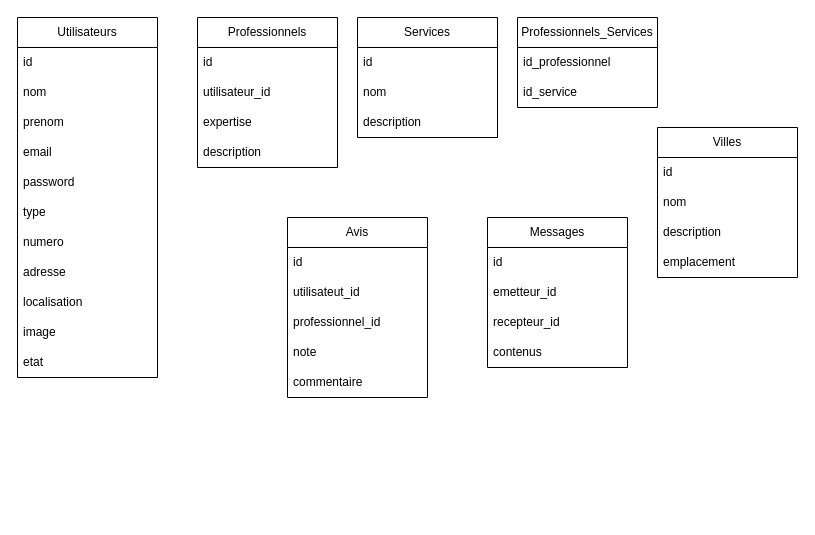
MasirikaConstantin/mas keeps this draw.io diagram as modelisation_trouver.drawio. Above is the earlier version. Source tidied: cells renumbered, new cells numbered last; positions are measured from the earlier drawing's top-left corner, leaving out a move shared by most shapes. Both pictures are drawn from the tidied source at 100%, with x=0, y=0 at pixel (17, 17).
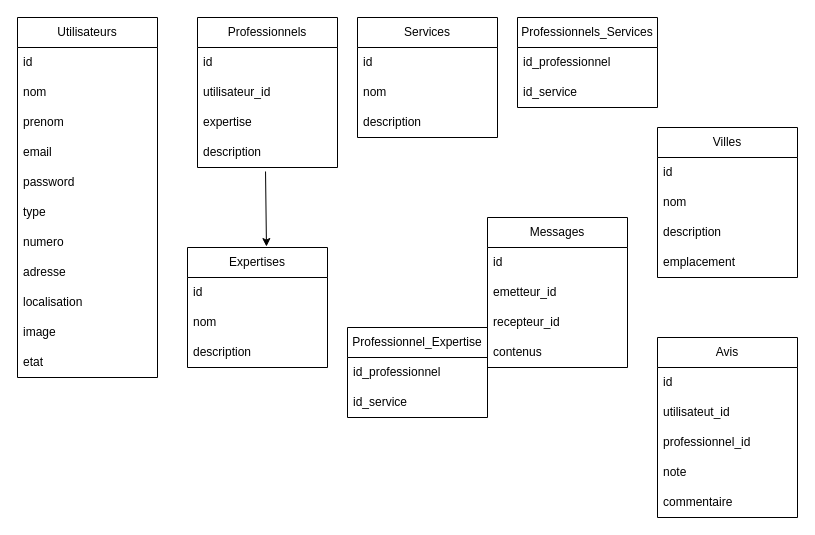
After the change.

Commit message (it also covers changes not shown here):
Mettre à jour modelisation_trouver.drawio

The change refers to these unchanged cells:
```xml
<mxCell id="18" value="description" style="text;strokeColor=none;fillColor=none;align=left;verticalAlign=middle;spacingLeft=4;spacingRight=4;overflow=hidden;points=[[0,0.5],[1,0.5]];portConstraint=eastwest;whiteSpace=wrap;html=1;" parent="14" vertex="1">
  <mxGeometry y="120" width="140" height="30" as="geometry" />
</mxCell>
```

What changed in the source:
```diff
@@
     <mxCell id="26" value="Avis" style="swimlane;fontStyle=0;horizontal=1;startSize=30;whiteSpace=wrap;html=1;" parent="1" vertex="1">
-      <mxGeometry x="270" y="200" width="140" height="180" as="geometry" />
+      <mxGeometry x="640" y="320" width="140" height="180" as="geometry" />
     </mxCell>
@@
+    <mxCell id="42" value="Expertises" style="swimlane;fontStyle=0;horizontal=1;startSize=30;whiteSpace=wrap;html=1;" parent="1" vertex="1">
+      <mxGeometry x="170" y="230" width="140" height="120" as="geometry" />
+    </mxCell>
+    <mxCell id="43" value="id" style="text;strokeColor=none;fillColor=none;align=left;verticalAlign=middle;spacingLeft=4;spacingRight=4;overflow=hidden;whiteSpace=wrap;html=1;" parent="42" vertex="1">
+      <mxGeometry y="30" width="140" height="30" as="geometry" />
+    </mxCell>
+    <mxCell id="44" value="nom" style="text;strokeColor=none;fillColor=none;align=left;verticalAlign=middle;spacingLeft=4;spacingRight=4;overflow=hidden;whiteSpace=wrap;html=1;" parent="42" vertex="1">
+      <mxGeometry y="60" width="140" height="30" as="geometry" />
+    </mxCell>
+    <mxCell id="45" value="description" style="text;strokeColor=none;fillColor=none;align=left;verticalAlign=middle;spacingLeft=4;spacingRight=4;overflow=hidden;whiteSpace=wrap;html=1;" parent="42" vertex="1">
+      <mxGeometry y="90" width="140" height="30" as="geometry" />
+    </mxCell>
+    <mxCell id="46" value="Professionnel_Expertise" style="swimlane;fontStyle=0;horizontal=1;startSize=30;whiteSpace=wrap;html=1;" parent="1" vertex="1">
+      <mxGeometry x="330" y="310" width="140" height="90" as="geometry" />
+    </mxCell>
+    <mxCell id="47" value="id_professionnel" style="text;strokeColor=none;fillColor=none;align=left;verticalAlign=middle;spacingLeft=4;spacingRight=4;overflow=hidden;whiteSpace=wrap;html=1;" parent="46" vertex="1">
+      <mxGeometry y="30" width="140" height="30" as="geometry" />
+    </mxCell>
+    <mxCell id="48" value="id_service" style="text;strokeColor=none;fillColor=none;align=left;verticalAlign=middle;spacingLeft=4;spacingRight=4;overflow=hidden;whiteSpace=wrap;html=1;" parent="46" vertex="1">
+      <mxGeometry y="60" width="140" height="30" as="geometry" />
+    </mxCell>
+    <mxCell id="49" style="endArrow=classic;html=1;rounded=0;exitX=0.486;exitY=1.133;exitDx=0;exitDy=0;exitPerimeter=0;entryX=0.564;entryY=-0.008;entryDx=0;entryDy=0;entryPerimeter=0;" parent="1" edge="1" source="18" target="42">
+      <mxGeometry relative="1" as="geometry" />
+    </mxCell>
```
